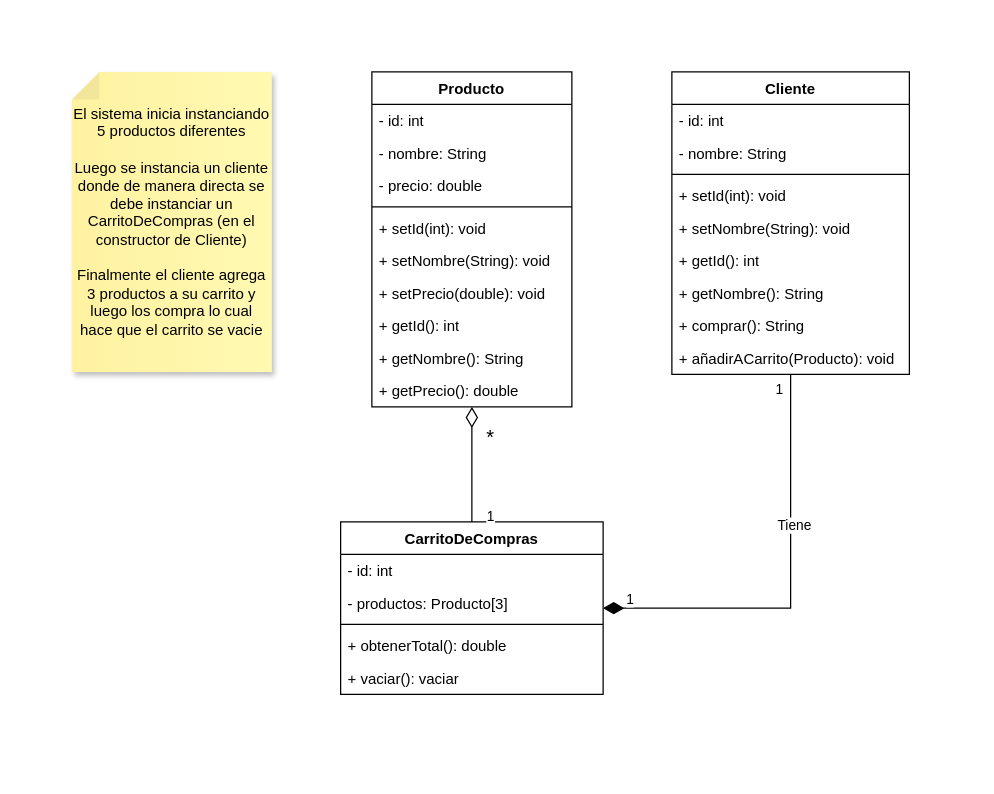
This is Diagrama sin título.drawio from DerickLagunes/POO, a draw.io file, before an edit. Source tidied: cells renumbered, new cells numbered last; positions are measured from the earlier drawing's top-left corner, leaving out a move shared by most shapes. Both pictures are drawn from the tidied source at 125%, with x=0, y=0 at pixel (71, 71).
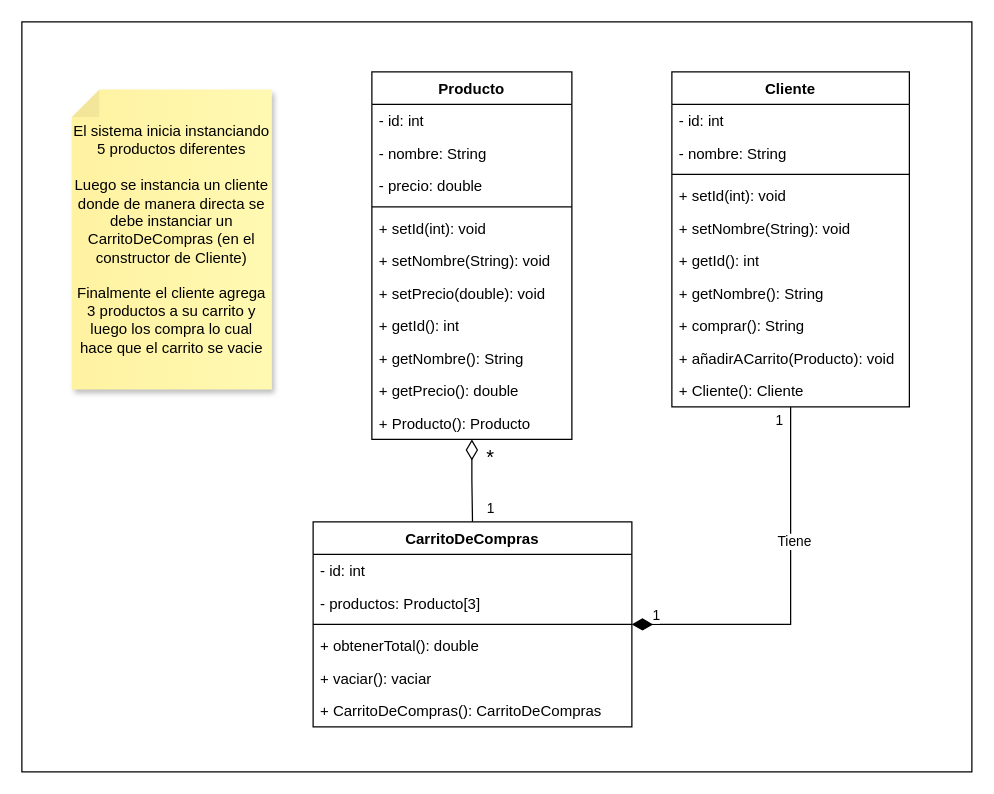
The same diagram, later.

The change refers to these unchanged cells:
```xml
<mxCell id="32" value="&lt;font style=&quot;font-size: 16px;&quot;&gt;*&lt;/font&gt;" style="endArrow=none;html=1;endSize=12;startArrow=diamondThin;startSize=14;startFill=0;edgeStyle=orthogonalEdgeStyle;align=left;verticalAlign=bottom;rounded=0;" parent="1" edge="1" source="2" target="23">
  <mxGeometry x="-0.22" y="10" relative="1" as="geometry" />
</mxCell>
```

Diff of the diagram source:
```diff
@@
+    <mxCell id="35" style="rounded=0;whiteSpace=wrap;html=1;" parent="1" vertex="1">
+      <mxGeometry x="-40" y="-40" width="760" height="600" as="geometry" />
+    </mxCell>
     <mxCell id="2" value="Producto" style="swimlane;fontStyle=1;align=center;verticalAlign=top;horizontal=1;startSize=26;whiteSpace=wrap;html=1;" parent="1" vertex="1">
-      <mxGeometry x="240" width="160" height="268" as="geometry" />
+      <mxGeometry x="240" width="160" height="294" as="geometry" />
     </mxCell>
@@
+    <mxCell id="36" value="+ getPrecio(): double" style="text;strokeColor=none;fillColor=none;align=left;verticalAlign=top;spacingLeft=4;spacingRight=4;overflow=hidden;whiteSpace=wrap;html=1;" parent="2" vertex="1">
+      <mxGeometry y="242" width="160" height="26" as="geometry" />
+    </mxCell>
-    <mxCell id="12" value="+ getPrecio(): double" style="text;strokeColor=none;fillColor=none;align=left;verticalAlign=top;spacingLeft=4;spacingRight=4;overflow=hidden;whiteSpace=wrap;html=1;" parent="2" vertex="1">
-      <mxGeometry y="242" width="160" height="26" as="geometry" />
+    <mxCell id="12" value="+ Producto(): Producto" style="text;strokeColor=none;fillColor=none;align=left;verticalAlign=top;spacingLeft=4;spacingRight=4;overflow=hidden;whiteSpace=wrap;html=1;" parent="2" vertex="1">
+      <mxGeometry y="268" width="160" height="26" as="geometry" />
     </mxCell>
     <mxCell id="13" value="Cliente" style="swimlane;fontStyle=1;align=center;verticalAlign=top;horizontal=1;startSize=26;whiteSpace=wrap;html=1;" parent="1" vertex="1">
-      <mxGeometry x="480" width="190" height="242" as="geometry" />
+      <mxGeometry x="480" width="190" height="268" as="geometry" />
     </mxCell>
@@
+    <mxCell id="37" value="+ Cliente(): Cliente" style="text;strokeColor=none;fillColor=none;align=left;verticalAlign=top;spacingLeft=4;spacingRight=4;overflow=hidden;whiteSpace=wrap;html=1;" parent="13" vertex="1">
+      <mxGeometry y="242" width="190" height="26" as="geometry" />
+    </mxCell>
     <mxCell id="23" value="CarritoDeCompras" style="swimlane;fontStyle=1;align=center;verticalAlign=top;horizontal=1;startSize=26;whiteSpace=wrap;html=1;" parent="1" vertex="1">
-      <mxGeometry x="215" y="360" width="210" height="138" as="geometry" />
+      <mxGeometry x="193" y="360" width="255" height="164" as="geometry" />
     </mxCell>
     <mxCell id="24" value="- id: int" style="text;strokeColor=none;fillColor=none;align=left;verticalAlign=top;spacingLeft=4;spacingRight=4;overflow=hidden;whiteSpace=wrap;html=1;" parent="23" vertex="1">
-      <mxGeometry y="26" width="210" height="26" as="geometry" />
+      <mxGeometry y="26" width="255" height="26" as="geometry" />
     </mxCell>
     <mxCell id="25" value="- productos: Producto[3]" style="text;strokeColor=none;fillColor=none;align=left;verticalAlign=top;spacingLeft=4;spacingRight=4;overflow=hidden;whiteSpace=wrap;html=1;" parent="23" vertex="1">
-      <mxGeometry y="52" width="210" height="26" as="geometry" />
+      <mxGeometry y="52" width="255" height="26" as="geometry" />
     </mxCell>
     <mxCell id="26" style="line;strokeWidth=1;fillColor=none;align=left;verticalAlign=middle;spacingTop=-1;spacingLeft=3;spacingRight=3;labelPosition=right;strokeColor=inherit;" parent="23" vertex="1">
-      <mxGeometry y="78" width="210" height="8" as="geometry" />
+      <mxGeometry y="78" width="255" height="8" as="geometry" />
     </mxCell>
     <mxCell id="27" value="+ obtenerTotal(): double" style="text;strokeColor=none;fillColor=none;align=left;verticalAlign=top;spacingLeft=4;spacingRight=4;overflow=hidden;whiteSpace=wrap;html=1;" parent="23" vertex="1">
-      <mxGeometry y="86" width="210" height="26" as="geometry" />
+      <mxGeometry y="86" width="255" height="26" as="geometry" />
     </mxCell>
     <mxCell id="28" value="+ vaciar(): vaciar" style="text;strokeColor=none;fillColor=none;align=left;verticalAlign=top;spacingLeft=4;spacingRight=4;overflow=hidden;whiteSpace=wrap;html=1;" parent="23" vertex="1">
-      <mxGeometry y="112" width="210" height="26" as="geometry" />
+      <mxGeometry y="112" width="255" height="26" as="geometry" />
     </mxCell>
+    <mxCell id="38" value="+ CarritoDeCompras(): CarritoDeCompras" style="text;strokeColor=none;fillColor=none;align=left;verticalAlign=top;spacingLeft=4;spacingRight=4;overflow=hidden;whiteSpace=wrap;html=1;" parent="23" vertex="1">
+      <mxGeometry y="138" width="255" height="26" as="geometry" />
+    </mxCell>
@@
     <mxCell id="33" value="1" style="edgeLabel;html=1;align=center;verticalAlign=middle;" parent="32" vertex="1">
       <mxGeometry x="0.89" y="-2" relative="1" as="geometry">
-        <mxPoint x="16" as="offset" />
+        <mxPoint x="16" y="-8" as="offset" />
       </mxGeometry>
     </mxCell>
     <mxCell id="34" value="El sistema inicia instanciando 5 productos diferentes&lt;div&gt;&lt;br&gt;&lt;/div&gt;&lt;div&gt;Luego se instancia un cliente donde de manera directa se debe instanciar un CarritoDeCompras (en el constructor de Cliente)&lt;/div&gt;&lt;div&gt;&lt;br&gt;&lt;/div&gt;&lt;div&gt;Finalmente el cliente agrega 3 productos a su carrito y luego los compra lo cual hace que el carrito se vacie&lt;/div&gt;" style="shape=note;whiteSpace=wrap;html=1;backgroundOutline=1;fontColor=#000000;darkOpacity=0.05;fillColor=#FFF9B2;strokeColor=none;fillStyle=solid;direction=north;gradientDirection=north;gradientColor=#FFF2A1;shadow=1;size=22;" parent="1" vertex="1">
-      <mxGeometry width="160" height="240" as="geometry" />
+      <mxGeometry y="14" width="160" height="240" as="geometry" />
     </mxCell>
```
